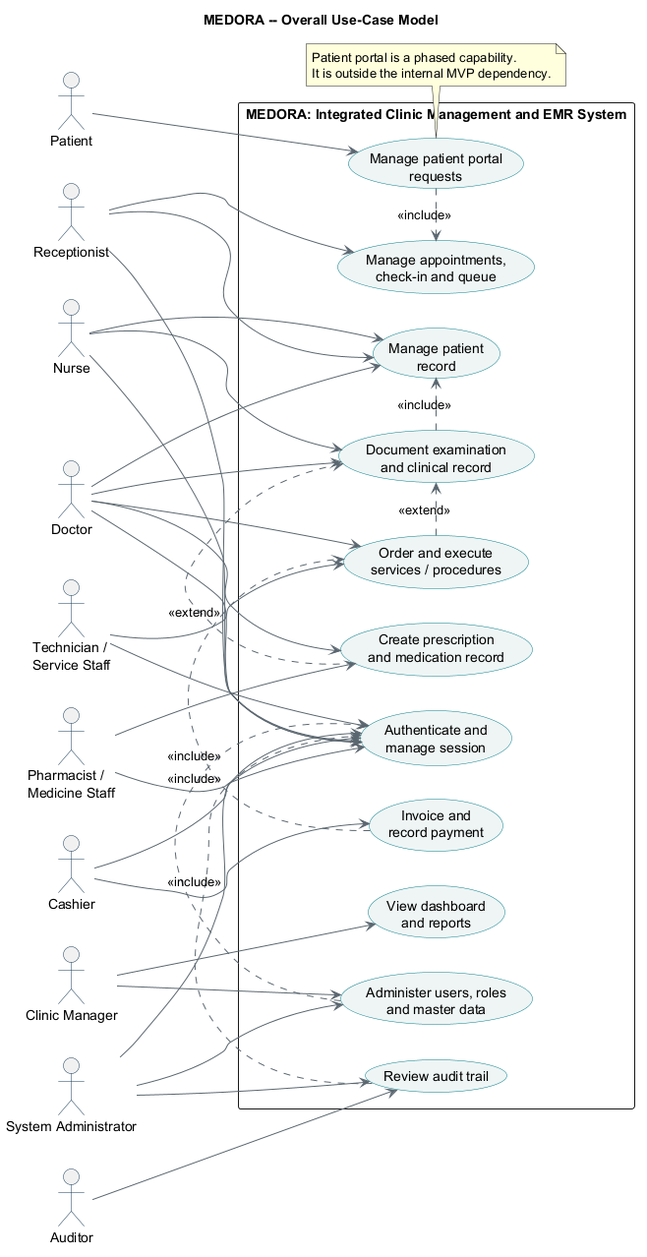
Before: doc/asset/03-system-requirements/use-case-model/figure/overall-use-case-model.png, a diagram exported from PlantUML (DucDung-1107/SysDes_2026.1_Group_08). Source of this version:
```plantuml
@startuml
title MEDORA -- Overall Use-Case Model
left to right direction
skinparam shadowing false
skinparam packageStyle rectangle
skinparam usecase {
  BackgroundColor #EEF5F4
  BorderColor #087E8B
  ArrowColor #5B6770
}
skinparam actor {
  BorderColor #173B57
}

actor Patient as patient
actor Receptionist as reception
actor Nurse as nurse
actor Doctor as doctor
actor "Technician /\nService Staff" as technician
actor "Pharmacist /\nMedicine Staff" as pharmacist
actor Cashier as cashier
actor "Clinic Manager" as manager
actor "System Administrator" as admin
actor Auditor as auditor

rectangle "MEDORA: Integrated Clinic Management and EMR System" {
  usecase "Authenticate and\nmanage session" as UCAuth
  usecase "Manage patient\nrecord" as UCPatient
  usecase "Manage appointments,\ncheck-in and queue" as UCAppointment
  usecase "Document examination\nand clinical record" as UCExam
  usecase "Create prescription\nand medication record" as UCPrescription
  usecase "Order and execute\nservices / procedures" as UCService
  usecase "Invoice and\nrecord payment" as UCBilling
  usecase "View dashboard\nand reports" as UCReporting
  usecase "Administer users, roles\nand master data" as UCAdmin
  usecase "Review audit trail" as UCAudit
  usecase "Manage patient portal\nrequests" as UCPortal
}

patient --> UCPortal
reception --> UCAuth
reception --> UCPatient
reception --> UCAppointment
nurse --> UCAuth
nurse --> UCPatient
nurse --> UCExam
doctor --> UCAuth
doctor --> UCPatient
doctor --> UCExam
doctor --> UCPrescription
doctor --> UCService
technician --> UCAuth
technician --> UCService
pharmacist --> UCAuth
pharmacist --> UCPrescription
cashier --> UCAuth
cashier --> UCBilling
manager --> UCReporting
manager --> UCAdmin
admin --> UCAuth
admin --> UCAdmin
admin --> UCAudit
auditor --> UCAudit

UCPortal .> UCAppointment : <<include>>
UCExam .> UCPatient : <<include>>
UCPrescription .> UCExam : <<extend>>
UCService .> UCExam : <<extend>>
UCBilling .> UCService : <<include>>
UCAdmin .> UCAuth : <<include>>
UCAudit .> UCAuth : <<include>>

note bottom of UCPortal
  Patient portal is a phased capability.
  It is outside the internal MVP dependency.
end note
@enduml
```
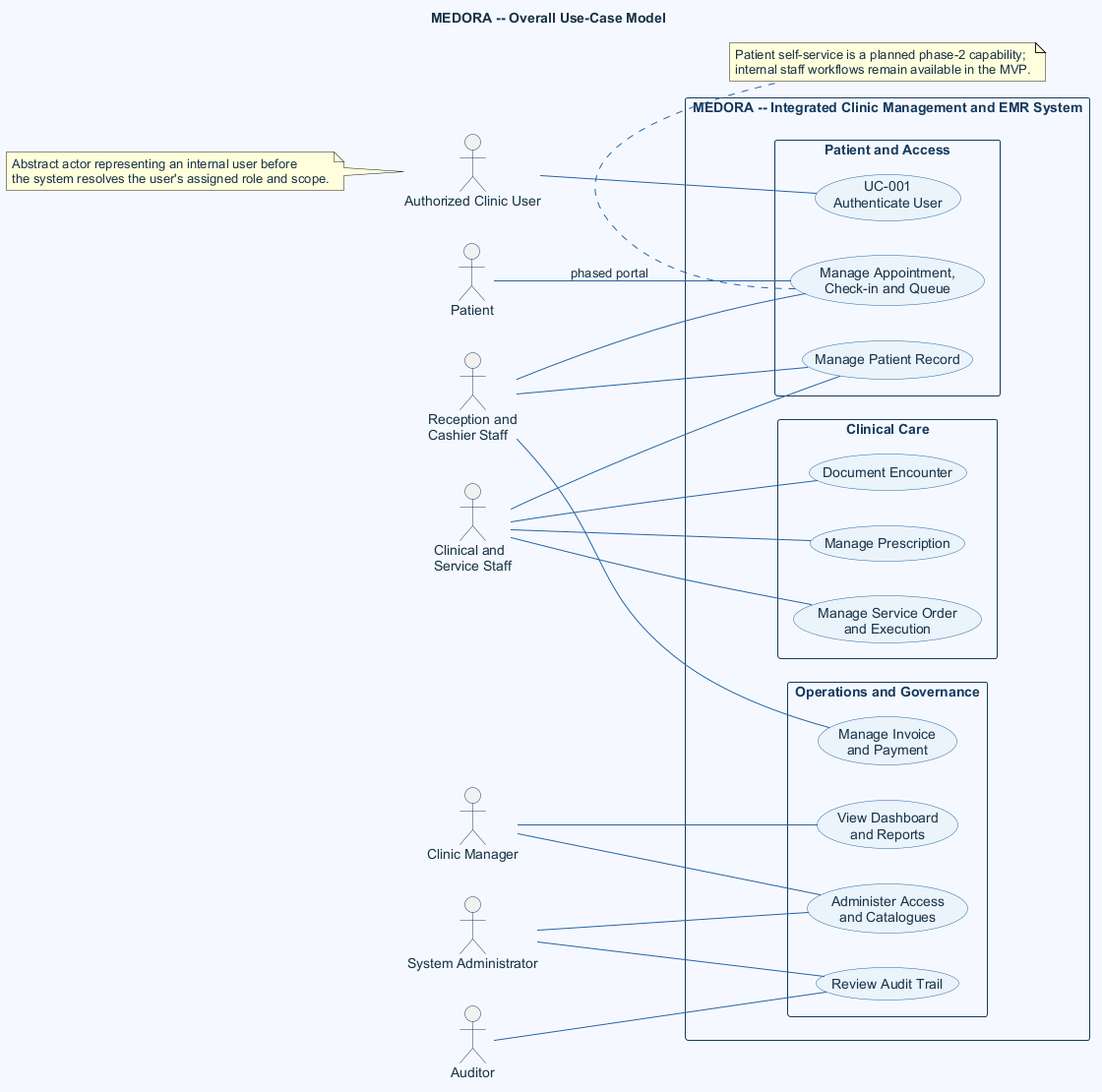
After the change.

Change to the diagram source:
```diff
@@ -2,76 +2,76 @@
 title MEDORA -- Overall Use-Case Model
 left to right direction
 skinparam shadowing false
+skinparam defaultFontName Arial
+skinparam defaultFontColor #183247
+skinparam backgroundColor #F5F9FE
 skinparam packageStyle rectangle
+skinparam ArrowColor #2563A6
 skinparam usecase {
-  BackgroundColor #EEF5F4
-  BorderColor #087E8B
-  ArrowColor #5B6770
+  BackgroundColor #EAF3FB
+  BorderColor #2563A6
+  FontColor #183247
 }
 skinparam actor {
-  BorderColor #173B57
+  BorderColor #163A5F
+  FontColor #183247
+}
+skinparam rectangle {
+  BackgroundColor #F5F9FE
+  BorderColor #163A5F
+  FontColor #163A5F
 }
 
 actor Patient as patient
-actor Receptionist as reception
-actor Nurse as nurse
-actor Doctor as doctor
-actor "Technician /\nService Staff" as technician
-actor "Pharmacist /\nMedicine Staff" as pharmacist
-actor Cashier as cashier
+actor "Authorized Clinic User" as user
+actor "Reception and\nCashier Staff" as operations
+actor "Clinical and\nService Staff" as clinical
 actor "Clinic Manager" as manager
 actor "System Administrator" as admin
 actor Auditor as auditor
 
-rectangle "MEDORA: Integrated Clinic Management and EMR System" {
-  usecase "Authenticate and\nmanage session" as UCAuth
-  usecase "Manage patient\nrecord" as UCPatient
-  usecase "Manage appointments,\ncheck-in and queue" as UCAppointment
-  usecase "Document examination\nand clinical record" as UCExam
-  usecase "Create prescription\nand medication record" as UCPrescription
-  usecase "Order and execute\nservices / procedures" as UCService
-  usecase "Invoice and\nrecord payment" as UCBilling
-  usecase "View dashboard\nand reports" as UCReporting
-  usecase "Administer users, roles\nand master data" as UCAdmin
-  usecase "Review audit trail" as UCAudit
-  usecase "Manage patient portal\nrequests" as UCPortal
+rectangle "MEDORA -- Integrated Clinic Management and EMR System" {
+  package "Patient and Access" {
+    usecase "UC-001\nAuthenticate User" as UCAuth
+    usecase "Manage Patient Record" as UCPatient
+    usecase "Manage Appointment,\nCheck-in and Queue" as UCAppointment
+  }
+  package "Clinical Care" {
+    usecase "Document Encounter" as UCEncounter
+    usecase "Manage Prescription" as UCPrescription
+    usecase "Manage Service Order\nand Execution" as UCService
+  }
+  package "Operations and Governance" {
+    usecase "Manage Invoice\nand Payment" as UCBilling
+    usecase "View Dashboard\nand Reports" as UCReporting
+    usecase "Administer Access\nand Catalogues" as UCAdmin
+    usecase "Review Audit Trail" as UCAudit
+  }
 }
 
-patient --> UCPortal
-reception --> UCAuth
-reception --> UCPatient
-reception --> UCAppointment
-nurse --> UCAuth
-nurse --> UCPatient
-nurse --> UCExam
-doctor --> UCAuth
-doctor --> UCPatient
-doctor --> UCExam
-doctor --> UCPrescription
-doctor --> UCService
-technician --> UCAuth
-technician --> UCService
-pharmacist --> UCAuth
-pharmacist --> UCPrescription
-cashier --> UCAuth
-cashier --> UCBilling
-manager --> UCReporting
-manager --> UCAdmin
-admin --> UCAuth
-admin --> UCAdmin
-admin --> UCAudit
-auditor --> UCAudit
+patient -- UCAppointment : phased portal
+user -- UCAuth
+operations -- UCPatient
+operations -- UCAppointment
+operations -- UCBilling
+clinical -- UCPatient
+clinical -- UCEncounter
+clinical -- UCPrescription
+clinical -- UCService
+manager -- UCReporting
+manager -- UCAdmin
+admin -- UCAdmin
+admin -- UCAudit
+auditor -- UCAudit
 
-UCPortal .> UCAppointment : <<include>>
-UCExam .> UCPatient : <<include>>
-UCPrescription .> UCExam : <<extend>>
-UCService .> UCExam : <<extend>>
-UCBilling .> UCService : <<include>>
-UCAdmin .> UCAuth : <<include>>
-UCAudit .> UCAuth : <<include>>
 
-note bottom of UCPortal
-  Patient portal is a phased capability.
-  It is outside the internal MVP dependency.
+note bottom of UCAppointment
+  Patient self-service is a planned phase-2 capability;
+  internal staff workflows remain available in the MVP.
+end note
+
+note left of user
+  Abstract actor representing an internal user before
+  the system resolves the user's assigned role and scope.
 end note
 @enduml
```
